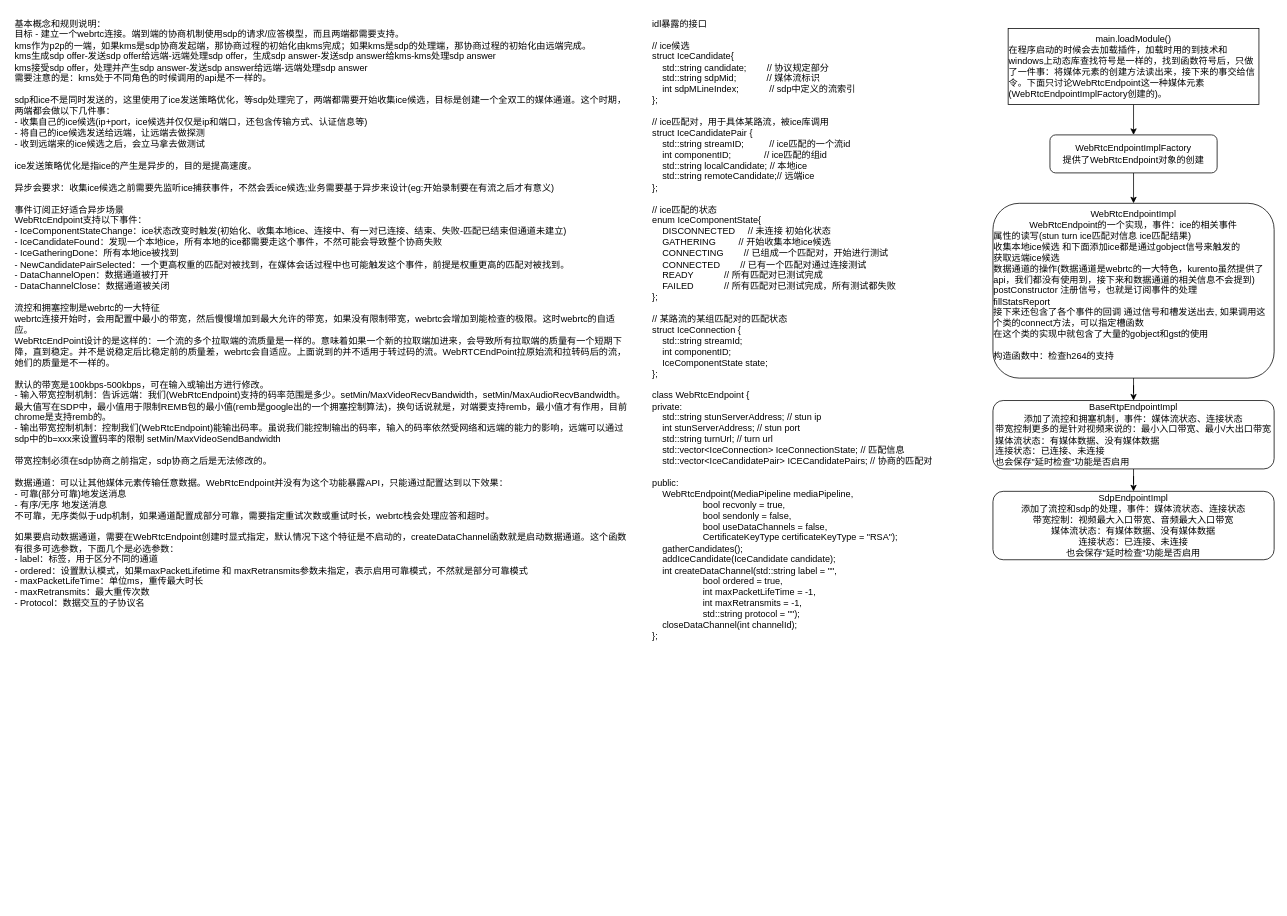
Above: page "WebRtcEndpoint" (2 of 2) of kms源码分析/kms分析文字版本.drawio in 63isOK/conference_graph (draw.io), before the change. Source tidied: cells renumbered, new cells numbered last; positions are measured from the earlier drawing's top-left corner, leaving out a move shared by most shapes. Both pictures are drawn from the tidied source at 76%, with x=0, y=0 at pixel (13, 13).
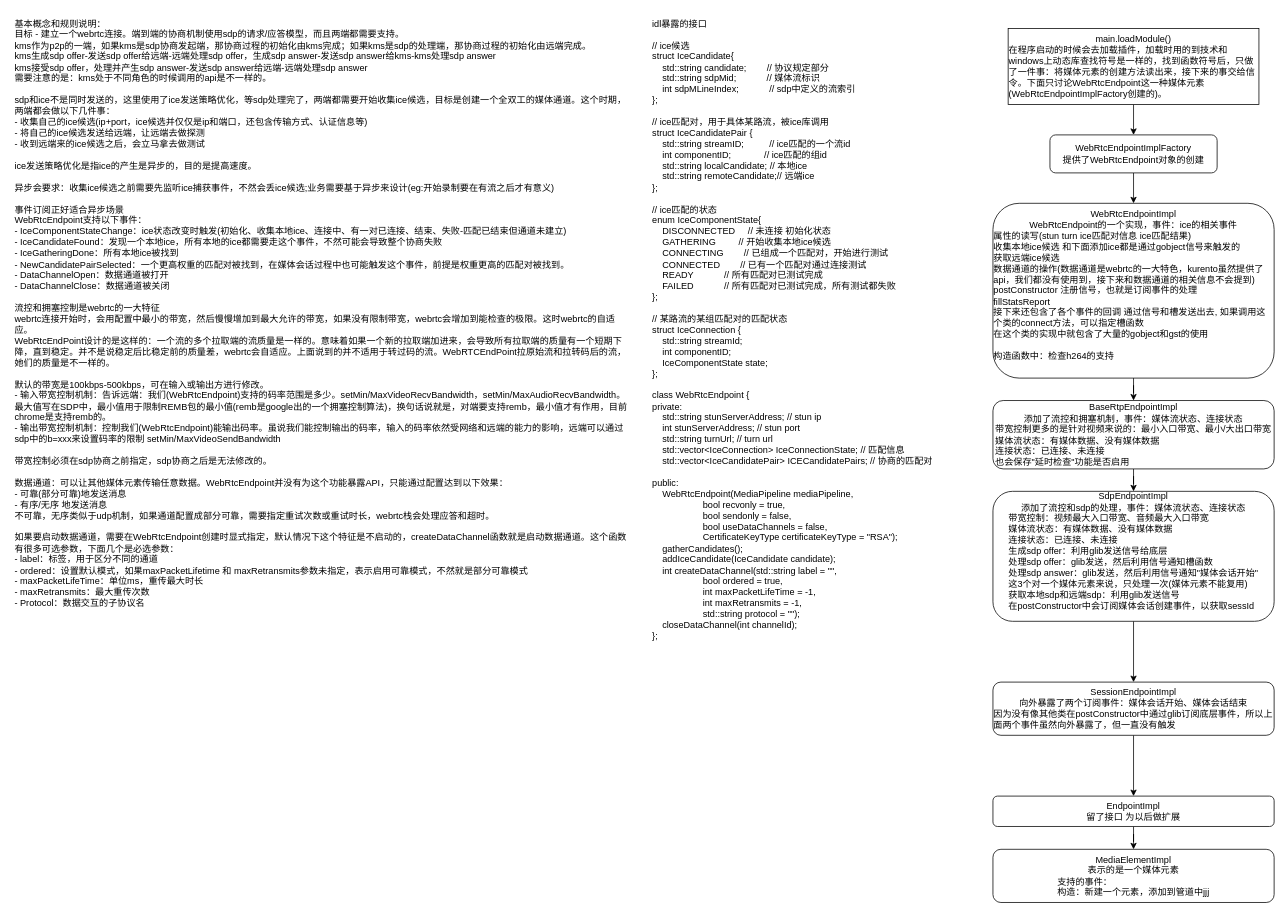
After the change.

Commit message:
更新kms分析文字版本.drawio

Change to the diagram source:
```diff
@@
 <mxGraphModel>
   <root>
     <mxCell id="0" />
     <mxCell id="1" parent="0" />
     <mxCell id="2" value="基本概念和规则说明：&lt;br&gt;目标 - 建立一个webrtc连接。端到端的协商机制使用sdp的请求/应答模型，而且两端都需要支持。&lt;br&gt;kms作为p2p的一端，如果kms是sdp协商发起端，那协商过程的初始化由kms完成；如果kms是sdp的处理端，那协商过程的初始化由远端完成。&lt;br&gt;kms生成sdp offer-发送sdp offer给远端-远端处理sdp offer，生成sdp answer-发送sdp answer给kms-kms处理sdp answer&lt;br&gt;kms接受sdp offer，处理并产生sdp answer-发送sdp answer给远端-远端处理sdp answer&lt;br&gt;需要注意的是：kms处于不同角色的时候调用的api是不一样的。&lt;br&gt;&lt;br&gt;sdp和ice不是同时发送的，这里使用了ice发送策略优化，等sdp处理完了，两端都需要开始收集ice候选，目标是创建一个全双工的媒体通道。这个时期，两端都会做以下几件事：&lt;br&gt;- 收集自己的ice候选(ip+port，ice候选并仅仅是ip和端口，还包含传输方式、认证信息等)&lt;br&gt;- 将自己的ice候选发送给远端，让远端去做探测&lt;br&gt;- 收到远端来的ice候选之后，会立马拿去做测试&lt;br&gt;&lt;br&gt;ice发送策略优化是指ice的产生是异步的，目的是提高速度。&lt;br&gt;&lt;br&gt;异步会要求：收集ice候选之前需要先监听ice捕获事件，不然会丢ice候选;业务需要基于异步来设计(eg:开始录制要在有流之后才有意义)&lt;br&gt;&lt;br&gt;事件订阅正好适合异步场景&lt;br&gt;WebRtcEndpoint支持以下事件：&lt;br&gt;-&amp;nbsp;&lt;span&gt;IceComponentStateChange：ice状态改变时触发(初始化、收集本地ice、连接中、有一对已连接、结束、失败-匹配已结束但通道未建立)&lt;br&gt;&lt;/span&gt;-&amp;nbsp;&lt;span&gt;IceCandidateFound：发现一个本地ice，所有本地的ice都需要走这个事件，不然可能会导致整个协商失败&lt;br&gt;&lt;/span&gt;-&amp;nbsp;&lt;span&gt;IceGatheringDone：所有本地ice被找到&lt;br&gt;&lt;/span&gt;-&amp;nbsp;&lt;span&gt;NewCandidatePairSelected：一个更高权重的匹配对被找到，在媒体会话过程中也可能触发这个事件，前提是权重更高的匹配对被找到。&lt;br&gt;&lt;/span&gt;- D&lt;span&gt;ataChannelOpen：数据通道被打开&lt;br&gt;&lt;/span&gt;- D&lt;span&gt;ataChannelClose：数据通道被关闭&lt;br&gt;&lt;/span&gt;&lt;br&gt;流控和拥塞控制是webrtc的一大特征&lt;br&gt;webrtc连接开始时，会用配置中最小的带宽，然后慢慢增加到最大允许的带宽，如果没有限制带宽，webrtc会增加到能检查的极限。这时webrtc的自适应。&lt;br&gt;WebRtcEndPoint设计的是这样的：一个流的多个拉取端的流质量是一样的。意味着如果一个新的拉取端加进来，会导致所有拉取端的质量有一个短期下降，直到稳定。并不是说稳定后比稳定前的质量差，webrtc会自适应。上面说到的并不适用于转过码的流。WebRTCEndPoint拉原始流和拉转码后的流，她们的质量是不一样的。&lt;br&gt;&lt;br&gt;默认的带宽是100kbps-500kbps，可在输入或输出方进行修改。&lt;br&gt;- 输入带宽控制机制：告诉远端：我们(WebRtcEndpoint)支持的码率范围是多少。&lt;span&gt;setMin/MaxVideoRecvBandwidth，&lt;/span&gt;&lt;span&gt;setMin/MaxAudioRecvBandwidth&lt;/span&gt;。最大值写在SDP中，最小值用于限制REMB包的最小值(remb是google出的一个拥塞控制算法)，换句话说就是，对端要支持remb，最小值才有作用，目前chrome是支持remb的。&lt;br&gt;- 输出带宽控制机制：控制我们(WebRtcEndpoint)能输出码率。虽说我们能控制输出的码率，输入的码率依然受网络和远端的能力的影响，远端可以通过sdp中的b=xxx来设置码率的限制&amp;nbsp;&lt;span&gt;setMin/MaxVideoSendBandwidth&lt;br&gt;&lt;/span&gt;&lt;br&gt;带宽控制必须在sdp协商之前指定，sdp协商之后是无法修改的。&lt;br&gt;&lt;br&gt;数据通道：可以让其他媒体元素传输任意数据。WebRtcEndpoint并没有为这个功能暴露API，只能通过配置达到以下效果：&lt;br&gt;- 可靠(部分可靠)地发送消息&lt;br&gt;- 有序/无序 地发送消息&lt;br&gt;不可靠，无序类似于udp机制，如果通道配置成部分可靠，需要指定重试次数或重试时长，webrtc栈会处理应答和超时。&lt;br&gt;&lt;br&gt;如果要启动数据通道，需要在WebRtcEndpoint创建时显式指定，默认情况下这个特征是不启动的，&lt;span&gt;createDataChannel函数就是启动数据通道。这个函数有很多可选参数，下面几个是必选参数：&lt;br&gt;&lt;/span&gt;- label：标签，用于区分不同的通道&lt;br&gt;- ordered：设置默认模式，如果&lt;span&gt;maxPacketLifetime 和 maxRetransmits参数未指定，表示启用可靠模式，不然就是部分可靠模式&lt;br&gt;&lt;/span&gt;-&amp;nbsp;&lt;span&gt;maxPacketLifeTime：单位ms，重传最大时长&lt;br&gt;&lt;/span&gt;-&amp;nbsp;&lt;span&gt;maxRetransmits：最大重传次数&lt;br&gt;&lt;/span&gt;-&amp;nbsp;&lt;span&gt;Protocol：数据交互的子协议名&lt;/span&gt;&lt;br&gt;" style="text;html=1;strokeColor=none;fillColor=none;align=left;verticalAlign=top;whiteSpace=wrap;rounded=0;" parent="1" vertex="1">
       <mxGeometry width="809" height="750" as="geometry" />
     </mxCell>
     <mxCell id="3" value="&lt;div&gt;idl暴露的接口&lt;/div&gt;&lt;div&gt;&lt;br&gt;&lt;/div&gt;&lt;div&gt;// ice候选&lt;/div&gt;&lt;div&gt;struct IceCandidate{&lt;/div&gt;&lt;div&gt;&amp;nbsp; &amp;nbsp; std::string candidate;&amp;nbsp; &amp;nbsp; &amp;nbsp; &amp;nbsp; // 协议规定部分&lt;/div&gt;&lt;div&gt;&amp;nbsp; &amp;nbsp; std::string sdpMid;&amp;nbsp; &amp;nbsp; &amp;nbsp; &amp;nbsp; &amp;nbsp; &amp;nbsp; // 媒体流标识&lt;/div&gt;&lt;div&gt;&amp;nbsp; &amp;nbsp; int sdpMLineIndex;&amp;nbsp; &amp;nbsp; &amp;nbsp; &amp;nbsp; &amp;nbsp; &amp;nbsp; // sdp中定义的流索引&lt;/div&gt;&lt;div&gt;};&lt;/div&gt;&lt;div&gt;&lt;br&gt;&lt;/div&gt;&lt;div&gt;// ice匹配对，用于具体某路流，被ice库调用&lt;/div&gt;&lt;div&gt;struct IceCandidatePair {&lt;/div&gt;&lt;div&gt;&amp;nbsp; &amp;nbsp; std::string streamID;&amp;nbsp; &amp;nbsp; &amp;nbsp; &amp;nbsp; &amp;nbsp; // ice匹配的一个流id&lt;/div&gt;&lt;div&gt;&amp;nbsp; &amp;nbsp; int componentID;&amp;nbsp; &amp;nbsp; &amp;nbsp; &amp;nbsp; &amp;nbsp; &amp;nbsp; &amp;nbsp;// ice匹配的组id&lt;/div&gt;&lt;div&gt;&amp;nbsp; &amp;nbsp; std::string localCandidate; // 本地ice&lt;/div&gt;&lt;div&gt;&amp;nbsp; &amp;nbsp; std::string remoteCandidate;// 远端ice&lt;/div&gt;&lt;div&gt;};&lt;/div&gt;&lt;div&gt;&lt;br&gt;&lt;/div&gt;&lt;div&gt;// ice匹配的状态&lt;/div&gt;&lt;div&gt;enum IceComponentState{&lt;/div&gt;&lt;div&gt;&amp;nbsp; &amp;nbsp; DISCONNECTED&amp;nbsp; &amp;nbsp; &amp;nbsp;// 未连接 初始化状态&lt;/div&gt;&lt;div&gt;&amp;nbsp; &amp;nbsp; GATHERING&amp;nbsp; &amp;nbsp; &amp;nbsp; &amp;nbsp; &amp;nbsp;// 开始收集本地ice候选&lt;/div&gt;&lt;div&gt;&amp;nbsp; &amp;nbsp; CONNECTING&amp;nbsp; &amp;nbsp; &amp;nbsp; &amp;nbsp; // 已组成一个匹配对，开始进行测试&lt;/div&gt;&lt;div&gt;&amp;nbsp; &amp;nbsp; CONNECTED&amp;nbsp; &amp;nbsp; &amp;nbsp; &amp;nbsp; // 已有一个匹配对通过连接测试&lt;/div&gt;&lt;div&gt;&amp;nbsp; &amp;nbsp; READY&amp;nbsp; &amp;nbsp; &amp;nbsp; &amp;nbsp; &amp;nbsp; &amp;nbsp; // 所有匹配对已测试完成&lt;/div&gt;&lt;div&gt;&amp;nbsp; &amp;nbsp; FAILED&amp;nbsp; &amp;nbsp; &amp;nbsp; &amp;nbsp; &amp;nbsp; &amp;nbsp; // 所有匹配对已测试完成，所有测试都失败&lt;/div&gt;&lt;div&gt;};&lt;/div&gt;&lt;div&gt;&lt;br&gt;&lt;/div&gt;&lt;div&gt;// 某路流的某组匹配对的匹配状态&lt;/div&gt;&lt;div&gt;struct IceConnection {&lt;/div&gt;&lt;div&gt;&amp;nbsp; &amp;nbsp; std::string streamId;&lt;/div&gt;&lt;div&gt;&amp;nbsp; &amp;nbsp; int componentID;&lt;/div&gt;&lt;div&gt;&amp;nbsp; &amp;nbsp; IceComponentState state;&lt;/div&gt;&lt;div&gt;};&lt;/div&gt;&lt;div&gt;&lt;br&gt;&lt;/div&gt;&lt;div&gt;class WebRtcEndpoint {&lt;/div&gt;&lt;div&gt;private:&lt;/div&gt;&lt;div&gt;&amp;nbsp; &amp;nbsp; std::string stunServerAddress; // stun ip&lt;/div&gt;&lt;div&gt;&amp;nbsp; &amp;nbsp; int stunServerAddress; // stun port&lt;/div&gt;&lt;div&gt;&amp;nbsp; &amp;nbsp; std::string turnUrl; // turn url&lt;/div&gt;&lt;div&gt;&amp;nbsp; &amp;nbsp; std::vector&amp;lt;IceConnection&amp;gt; IceConnectionState; // 匹配信息&lt;/div&gt;&lt;div&gt;&amp;nbsp; &amp;nbsp; std::vector&amp;lt;IceCandidatePair&amp;gt; ICECandidatePairs; // 协商的匹配对&lt;/div&gt;&lt;span&gt;&lt;br&gt;&lt;/span&gt;&lt;div&gt;public:&lt;/div&gt;&lt;div&gt;&amp;nbsp; &amp;nbsp; WebRtcEndpoint(MediaPipeline mediaPipeline,&lt;/div&gt;&lt;div&gt;&amp;nbsp; &amp;nbsp; &amp;nbsp; &amp;nbsp; &amp;nbsp; &amp;nbsp; &amp;nbsp; &amp;nbsp; &amp;nbsp; &amp;nbsp; bool recvonly = true,&lt;/div&gt;&lt;div&gt;&amp;nbsp; &amp;nbsp; &amp;nbsp; &amp;nbsp; &amp;nbsp; &amp;nbsp; &amp;nbsp; &amp;nbsp; &amp;nbsp; &amp;nbsp; bool sendonly = false,&lt;/div&gt;&lt;div&gt;&amp;nbsp; &amp;nbsp; &amp;nbsp; &amp;nbsp; &amp;nbsp; &amp;nbsp; &amp;nbsp; &amp;nbsp; &amp;nbsp; &amp;nbsp; bool useDataChannels = false,&lt;/div&gt;&lt;div&gt;&amp;nbsp; &amp;nbsp; &amp;nbsp; &amp;nbsp; &amp;nbsp; &amp;nbsp; &amp;nbsp; &amp;nbsp; &amp;nbsp; &amp;nbsp; CertificateKeyType certificateKeyType = &quot;RSA&quot;);&lt;/div&gt;&lt;div&gt;&amp;nbsp; &amp;nbsp; gatherCandidates();&lt;/div&gt;&lt;div&gt;&amp;nbsp; &amp;nbsp; addIceCandidate(IceCandidate candidate);&lt;/div&gt;&lt;div&gt;&amp;nbsp; &amp;nbsp; int createDataChannel(std::string label = &quot;&quot;,&lt;/div&gt;&lt;div&gt;&amp;nbsp; &amp;nbsp; &amp;nbsp; &amp;nbsp; &amp;nbsp; &amp;nbsp; &amp;nbsp; &amp;nbsp; &amp;nbsp; &amp;nbsp; bool ordered = true,&lt;/div&gt;&lt;div&gt;&amp;nbsp; &amp;nbsp; &amp;nbsp; &amp;nbsp; &amp;nbsp; &amp;nbsp; &amp;nbsp; &amp;nbsp; &amp;nbsp; &amp;nbsp; int maxPacketLifeTime = -1,&lt;/div&gt;&lt;div&gt;&amp;nbsp; &amp;nbsp; &amp;nbsp; &amp;nbsp; &amp;nbsp; &amp;nbsp; &amp;nbsp; &amp;nbsp; &amp;nbsp; &amp;nbsp; int maxRetransmits = -1,&lt;/div&gt;&lt;div&gt;&amp;nbsp; &amp;nbsp; &amp;nbsp; &amp;nbsp; &amp;nbsp; &amp;nbsp; &amp;nbsp; &amp;nbsp; &amp;nbsp; &amp;nbsp; std::string protocol = &quot;&quot;);&lt;/div&gt;&lt;div&gt;&amp;nbsp; &amp;nbsp; closeDataChannel(int channelId);&lt;/div&gt;&lt;div&gt;};&lt;/div&gt;" style="text;html=1;strokeColor=none;fillColor=none;align=left;verticalAlign=top;whiteSpace=wrap;rounded=0;" parent="1" vertex="1">
       <mxGeometry x="839" width="390" height="810" as="geometry" />
     </mxCell>
     <mxCell id="4" style="edgeStyle=orthogonalEdgeStyle;rounded=0;jettySize=auto;html=1;" parent="1" edge="1" source="5" target="7">
       <mxGeometry relative="1" as="geometry" />
     </mxCell>
     <mxCell id="5" value="main.loadModule()&lt;br&gt;&lt;div style=&quot;text-align: left&quot;&gt;&lt;span&gt;在程序启动的时候会去加载插件，加载时用的到技术和windows上动态库查找符号是一样的，找到函数符号后，只做了一件事：将媒体元素的创建方法读出来，接下来的事交给信令。下面只讨论WebRtcEndpoint这一种媒体元素(&lt;/span&gt;&lt;span&gt;WebRtcEndpointImplFactory创建的&lt;/span&gt;&lt;span&gt;)。&lt;/span&gt;&lt;/div&gt;" style="rounded=0;whiteSpace=wrap;html=1;" parent="1" vertex="1">
       <mxGeometry x="1309" y="20" width="330" height="100" as="geometry" />
     </mxCell>
     <mxCell id="6" style="edgeStyle=orthogonalEdgeStyle;rounded=0;jettySize=auto;html=1;" parent="1" edge="1" source="7" target="9">
       <mxGeometry relative="1" as="geometry" />
     </mxCell>
     <mxCell id="7" value="&lt;span&gt;WebRtcEndpointImplFactory&lt;br&gt;提供了WebRtcEndpoint对象的创建&lt;br&gt;&lt;/span&gt;" style="rounded=1;whiteSpace=wrap;html=1;align=center;" parent="1" vertex="1">
       <mxGeometry x="1364" y="160" width="220" height="50" as="geometry" />
     </mxCell>
     <mxCell id="8" style="edgeStyle=orthogonalEdgeStyle;rounded=0;jettySize=auto;html=1;" parent="1" edge="1" source="9" target="11">
       <mxGeometry relative="1" as="geometry" />
     </mxCell>
     <mxCell id="9" value="&lt;span&gt;WebRtcEndpointImpl&lt;br&gt;WebRtcEndpoint的一个实现，&lt;/span&gt;&lt;span&gt;事件：ice的相关事件&lt;/span&gt;&lt;span&gt;&lt;br&gt;&lt;div style=&quot;text-align: left&quot;&gt;属性的读写(stun turn ice匹配对信息 ice匹配结果)&lt;/div&gt;&lt;div style=&quot;text-align: left&quot;&gt;收集本地ice候选 和下面添加ice都是通过gobject信号来触发的&lt;/div&gt;&lt;div style=&quot;text-align: left&quot;&gt;获取远端ice候选&lt;/div&gt;&lt;div style=&quot;text-align: left&quot;&gt;数据通道的操作(数据通道是webrtc的一大特色，kurento虽然提供了api，我们都没有使用到，接下来和数据通道的相关信息不会提到)&lt;/div&gt;&lt;div style=&quot;text-align: left&quot;&gt;postConstructor 注册信号，也就是订阅事件的处理&lt;br&gt;&lt;/div&gt;&lt;div style=&quot;text-align: left&quot;&gt;fillStatsReport&lt;br&gt;&lt;/div&gt;&lt;div style=&quot;text-align: left&quot;&gt;接下来还包含了各个事件的回调 通过信号和槽发送出去, 如果调用这个类的connect方法，可以指定槽函数&lt;/div&gt;&lt;div style=&quot;text-align: left&quot;&gt;在这个类的实现中就包含了大量的gobject和gst的使用&lt;/div&gt;&lt;div style=&quot;text-align: left&quot;&gt;&lt;br&gt;&lt;/div&gt;&lt;div style=&quot;text-align: left&quot;&gt;构造函数中：检查h264的支持&lt;/div&gt;&lt;div style=&quot;text-align: left&quot;&gt;&lt;br&gt;&lt;/div&gt;&lt;/span&gt;" style="rounded=1;whiteSpace=wrap;html=1;align=center;" parent="1" vertex="1">
       <mxGeometry x="1289" y="250" width="370" height="230" as="geometry" />
     </mxCell>
     <mxCell id="10" style="edgeStyle=orthogonalEdgeStyle;rounded=0;jettySize=auto;html=1;" parent="1" edge="1" source="11" target="12">
       <mxGeometry relative="1" as="geometry" />
     </mxCell>
     <mxCell id="11" value="&lt;span&gt;BaseRtpEndpointImpl&lt;br&gt;添加了流控和拥塞机制，事件：媒体流状态、连接状态&lt;br&gt;&lt;div style=&quot;text-align: left&quot;&gt;&lt;span&gt;带宽控制更多的是针对视频来说的：最小入口带宽、最小/大出口带宽&lt;/span&gt;&lt;/div&gt;&lt;div style=&quot;text-align: left&quot;&gt;&lt;span&gt;媒体流状态：有媒体数据、没有媒体数据&lt;/span&gt;&lt;/div&gt;&lt;div style=&quot;text-align: left&quot;&gt;&lt;span&gt;连接状态：已连接、未连接&lt;/span&gt;&lt;/div&gt;&lt;div style=&quot;text-align: left&quot;&gt;&lt;span&gt;也会保存&quot;延时检查&quot;功能是否启用&lt;/span&gt;&lt;/div&gt;&lt;/span&gt;" style="rounded=1;whiteSpace=wrap;html=1;align=center;" parent="1" vertex="1">
       <mxGeometry x="1289" y="509.5" width="370" height="90" as="geometry" />
     </mxCell>
+    <mxCell id="13" style="edgeStyle=orthogonalEdgeStyle;rounded=0;jettySize=auto;html=1;" parent="1" edge="1" source="12" target="15">
+      <mxGeometry relative="1" as="geometry" />
+    </mxCell>
-    <mxCell id="12" value="&lt;span&gt;SdpEndpointImpl&lt;/span&gt;&lt;span&gt;&lt;br&gt;添加了流控和sdp的处理，事件：媒体流状态、连接状态&lt;br&gt;&lt;div&gt;&lt;span&gt;带宽控制：视频最大入口带宽、音频最大入口带宽&lt;/span&gt;&lt;/div&gt;&lt;div&gt;&lt;span&gt;媒体流状态：有媒体数据、没有媒体数据&lt;/span&gt;&lt;/div&gt;&lt;div&gt;&lt;span&gt;连接状态：已连接、未连接&lt;/span&gt;&lt;/div&gt;&lt;div&gt;&lt;span&gt;也会保存&quot;延时检查&quot;功能是否启用&lt;/span&gt;&lt;/div&gt;&lt;/span&gt;" style="rounded=1;whiteSpace=wrap;html=1;align=center;" parent="1" vertex="1">
-      <mxGeometry x="1289" y="629" width="370" height="90" as="geometry" />
+    <mxCell id="12" value="&lt;span&gt;SdpEndpointImpl&lt;/span&gt;&lt;span&gt;&lt;br&gt;添加了流控和sdp的处理，事件：媒体流状态、连接状态&lt;br&gt;&lt;div style=&quot;text-align: left&quot;&gt;&lt;span&gt;带宽控制：视频最大入口带宽、音频最大入口带宽&lt;/span&gt;&lt;/div&gt;&lt;div style=&quot;text-align: left&quot;&gt;&lt;span&gt;媒体流状态：有媒体数据、没有媒体数据&lt;/span&gt;&lt;/div&gt;&lt;div style=&quot;text-align: left&quot;&gt;&lt;span&gt;连接状态：已连接、未连接&lt;/span&gt;&lt;/div&gt;&lt;div style=&quot;text-align: left&quot;&gt;生成sdp offer：利用glib发送信号给底层&lt;/div&gt;&lt;div style=&quot;text-align: left&quot;&gt;处理sdp offer：glib发送，然后利用信号通知槽函数&lt;/div&gt;&lt;div style=&quot;text-align: left&quot;&gt;处理sdp answer：glib发送，然后利用信号通知&quot;媒体会话开始&quot;&lt;/div&gt;&lt;div style=&quot;text-align: left&quot;&gt;这3个对一个媒体元素来说，只处理一次(媒体元素不能复用)&lt;/div&gt;&lt;div style=&quot;text-align: left&quot;&gt;获取本地sdp和远端sdp：利用glib发送信号&lt;/div&gt;&lt;div style=&quot;text-align: left&quot;&gt;在postConstructor中会订阅媒体会话创建事件，以获取sessId&lt;/div&gt;&lt;div style=&quot;text-align: left&quot;&gt;&lt;br&gt;&lt;/div&gt;&lt;/span&gt;" style="rounded=1;whiteSpace=wrap;html=1;align=center;" parent="1" vertex="1">
+      <mxGeometry x="1289" y="629" width="370" height="171" as="geometry" />
     </mxCell>
+    <mxCell id="14" style="edgeStyle=orthogonalEdgeStyle;rounded=0;jettySize=auto;html=1;" parent="1" edge="1" source="15" target="17">
+      <mxGeometry relative="1" as="geometry" />
+    </mxCell>
+    <mxCell id="15" value="&lt;span&gt;SessionEndpointImpl&lt;br&gt;&lt;/span&gt;向外暴露了两个订阅事件：媒体会话开始、媒体会话结束&lt;br&gt;&lt;div style=&quot;text-align: left&quot;&gt;&lt;span&gt;因为没有像其他类在&lt;/span&gt;&lt;span&gt;postConstructor中通过glib订阅底层事件，所以上面两个事件虽然向外暴露了，但一直没有触发&lt;/span&gt;&lt;/div&gt;" style="rounded=1;whiteSpace=wrap;html=1;align=center;" parent="1" vertex="1">
+      <mxGeometry x="1289" y="880" width="370" height="70" as="geometry" />
+    </mxCell>
+    <mxCell id="16" style="edgeStyle=orthogonalEdgeStyle;rounded=0;jettySize=auto;html=1;" parent="1" edge="1" source="17" target="18">
+      <mxGeometry relative="1" as="geometry" />
+    </mxCell>
+    <mxCell id="17" value="&lt;span&gt;EndpointImpl&lt;br&gt;留了接口 为以后做扩展&lt;br&gt;&lt;/span&gt;" style="rounded=1;whiteSpace=wrap;html=1;align=center;" parent="1" vertex="1">
+      <mxGeometry x="1289" y="1030" width="370" height="40" as="geometry" />
+    </mxCell>
+    <mxCell id="18" value="&lt;span&gt;MediaElementImpl&lt;br&gt;表示的是一个媒体元素&lt;br&gt;&lt;div style=&quot;text-align: left&quot;&gt;&lt;span&gt;支持的事件：&lt;/span&gt;&lt;/div&gt;&lt;div style=&quot;text-align: left&quot;&gt;&lt;span&gt;构造：新建一个元素，添加到管道中jjj&lt;/span&gt;&lt;/div&gt;&lt;/span&gt;" style="rounded=1;whiteSpace=wrap;html=1;align=center;" parent="1" vertex="1">
+      <mxGeometry x="1289" y="1100" width="370" height="70" as="geometry" />
+    </mxCell>
   </root>
 </mxGraphModel>
```
